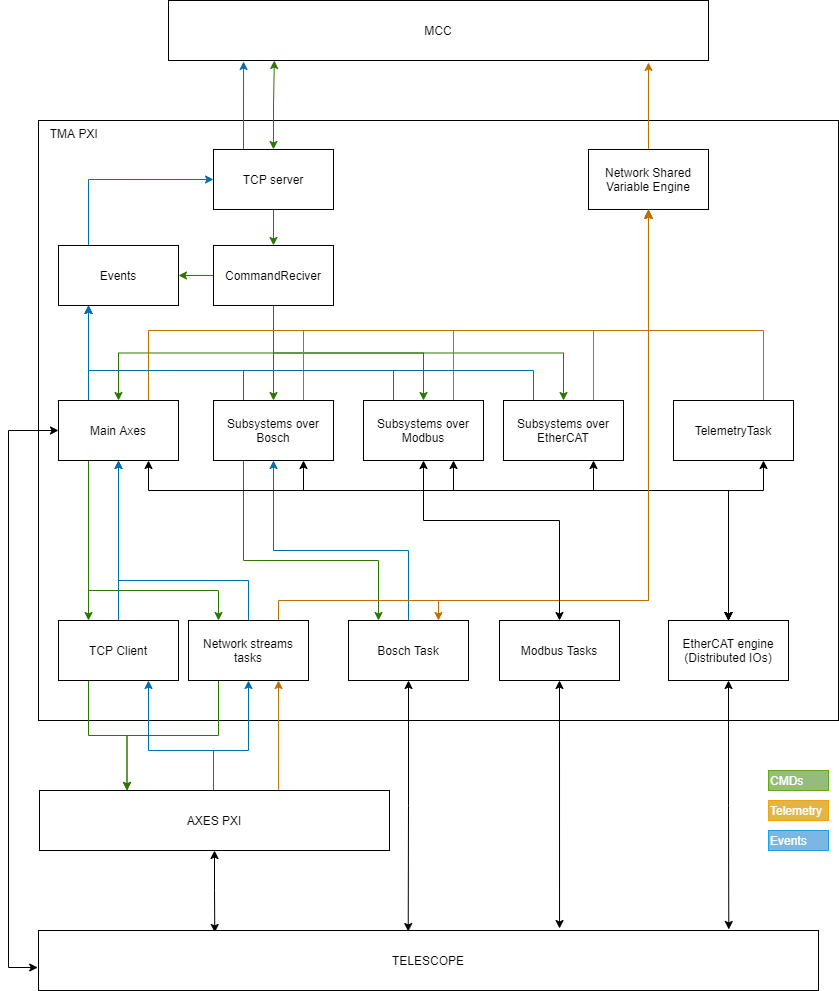
This is Resources/figures/TMAPXISoftwareStructure.png from lsst-ts/ts_tma_tma-documentation_pxi-controller_documentation, a draw.io export, as it was before one commit. Source tidied: cells renumbered, new cells last; positions are measured from the earlier drawing's top-left corner, leaving out a move shared by most shapes.
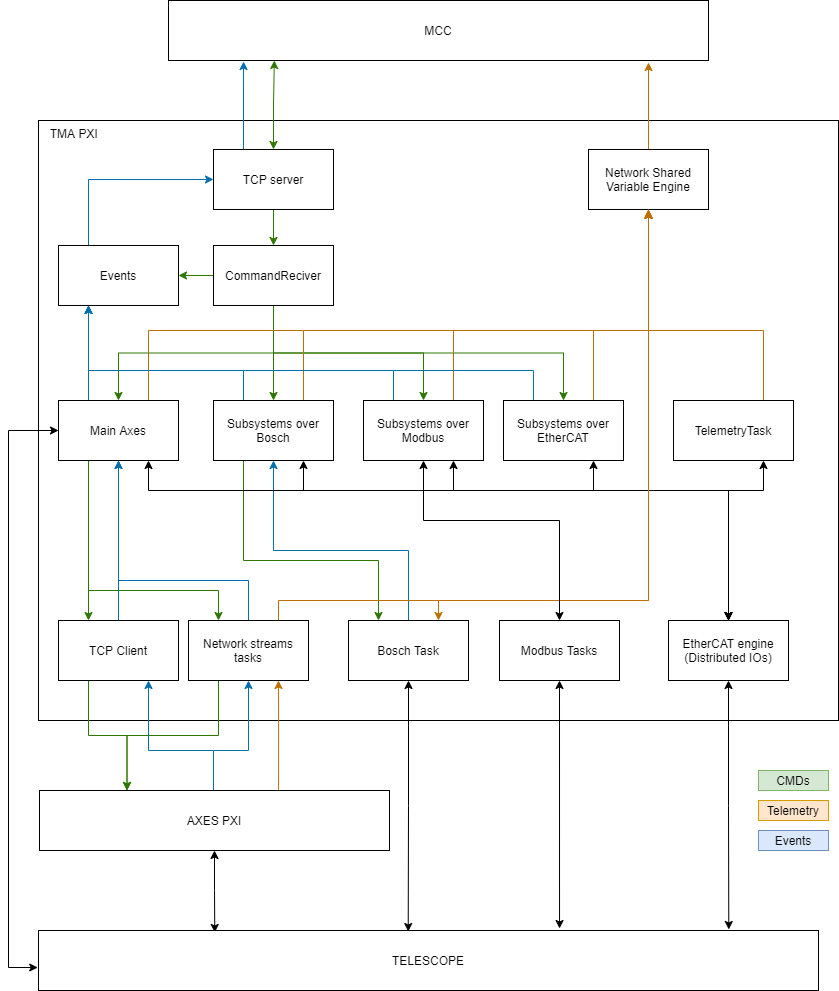
After the change.

Diff of the diagram source:
```diff
@@ -300,14 +300,14 @@
     <mxCell id="60" value="Subsystems over EtherCAT" style="rounded=0;whiteSpace=wrap;html=1;" parent="1" vertex="1">
       <mxGeometry x="495" y="400" width="120" height="60" as="geometry" />
     </mxCell>
-    <mxCell id="61" value="CMDs" style="rounded=0;whiteSpace=wrap;html=1;align=left;fontColor=#ffffff;gradientDirection=east;strokeColor=#60A917;fillColor=#94BD7D;" parent="1" vertex="1">
-      <mxGeometry x="760" y="770" width="60" height="20" as="geometry" />
+    <mxCell id="61" value="&lt;font color=&quot;#000000&quot;&gt;CMDs&lt;/font&gt;" style="rounded=0;whiteSpace=wrap;html=1;align=center;gradientDirection=east;strokeColor=#82b366;fillColor=#d5e8d4;" parent="1" vertex="1">
+      <mxGeometry x="750" y="770" width="70" height="20" as="geometry" />
     </mxCell>
-    <mxCell id="62" value="Telemetry" style="rounded=0;whiteSpace=wrap;html=1;align=left;fontColor=#ffffff;gradientDirection=east;strokeColor=#F0A30A;fillColor=#E3B446;" parent="1" vertex="1">
-      <mxGeometry x="760" y="800" width="60" height="20" as="geometry" />
+    <mxCell id="62" value="&lt;font color=&quot;#000000&quot;&gt;Telemetry&lt;/font&gt;" style="rounded=0;whiteSpace=wrap;html=1;align=center;gradientDirection=east;strokeColor=#d79b00;fillColor=#ffe6cc;" parent="1" vertex="1">
+      <mxGeometry x="750" y="800" width="70" height="20" as="geometry" />
     </mxCell>
-    <mxCell id="63" value="Events" style="rounded=0;whiteSpace=wrap;html=1;align=left;fontColor=#ffffff;gradientDirection=east;strokeColor=#1BA1E2;fillColor=#7CB6E2;" parent="1" vertex="1">
-      <mxGeometry x="760" y="830" width="60" height="20" as="geometry" />
+    <mxCell id="63" value="&lt;font color=&quot;#000000&quot;&gt;Events&lt;/font&gt;" style="rounded=0;whiteSpace=wrap;html=1;align=center;gradientDirection=east;strokeColor=#6c8ebf;fillColor=#dae8fc;" parent="1" vertex="1">
+      <mxGeometry x="750" y="830" width="70" height="20" as="geometry" />
     </mxCell>
     <mxCell id="64" style="edgeStyle=orthogonalEdgeStyle;rounded=0;jettySize=auto;html=1;exitX=0.25;exitY=0;exitDx=0;exitDy=0;entryX=0;entryY=0.5;entryDx=0;entryDy=0;startArrow=none;startFill=0;endArrow=classic;endFill=1;fillColor=#1ba1e2;strokeColor=#006EAF;" parent="1" edge="1" source="65" target="6">
       <mxGeometry relative="1" as="geometry" />
```
